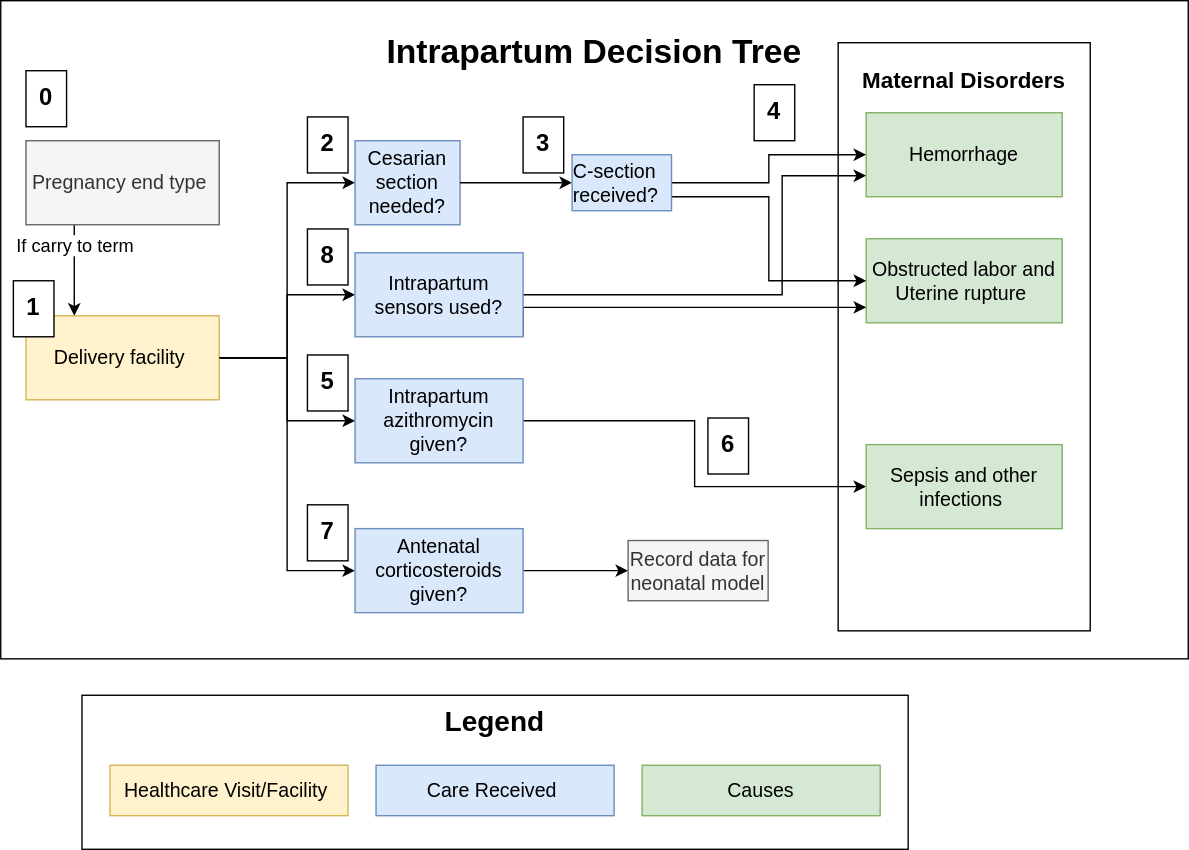
Above: docs/source/models/concept_models/vivarium_mncnh_portfolio/intrapartum_decision_tree_vr.svg in ihmeuw/vivarium_research (draw.io), before the change. Source tidied: cells renumbered, new cells last; positions are measured from the earlier drawing's top-left corner, leaving out a move shared by most shapes.
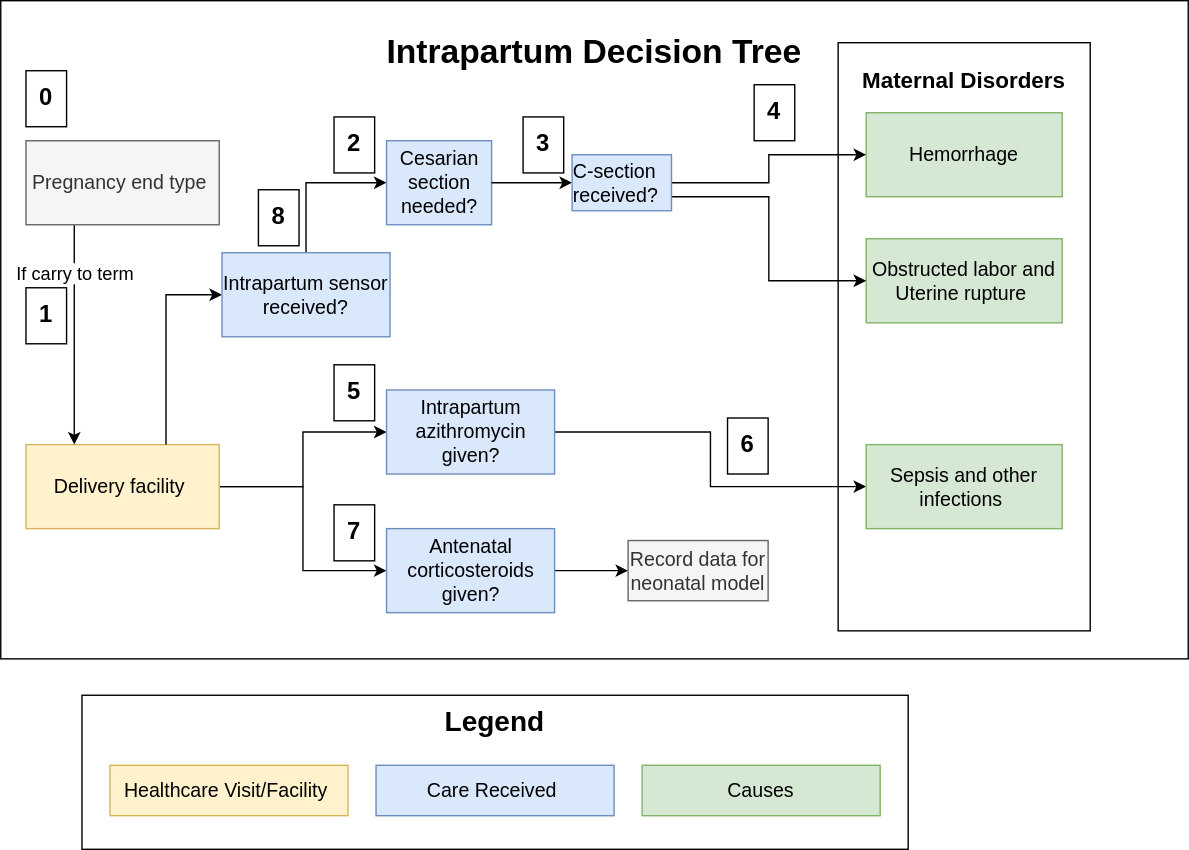
After the change.

Commit message:
Update where intrapartum sensors point sits in concept model diagram

What changed in the source:
```diff
@@ -9,10 +9,14 @@
       <mxGeometry x="598" y="30" width="180" height="420" as="geometry" />
     </mxCell>
     <mxCell id="4" value="&lt;font style=&quot;font-size: 14px;&quot;&gt;Cesarian section needed?&lt;/font&gt;" style="whiteSpace=wrap;html=1;hachureGap=4;fontFamily=Helvetica;fillColor=#dae8fc;strokeColor=#6c8ebf;" parent="1" vertex="1">
-      <mxGeometry x="253" y="100" width="75" height="60" as="geometry" />
+      <mxGeometry x="275.5" y="100" width="75" height="60" as="geometry" />
     </mxCell>
-    <mxCell id="5" style="edgeStyle=orthogonalEdgeStyle;rounded=0;jettySize=auto;html=1;exitX=1;exitY=0.5;exitDx=0;exitDy=0;entryX=0;entryY=0.5;entryDx=0;entryDy=0;" parent="1" edge="1" source="8" target="4">
-      <mxGeometry relative="1" as="geometry" />
+    <mxCell id="5" style="edgeStyle=orthogonalEdgeStyle;rounded=0;jettySize=auto;html=1;exitX=0.5;exitY=0;exitDx=0;exitDy=0;entryX=0;entryY=0.5;entryDx=0;entryDy=0;" parent="1" edge="1" source="43" target="4">
+      <mxGeometry relative="1" as="geometry">
+        <Array as="points">
+          <mxPoint x="218" y="130" />
+        </Array>
+      </mxGeometry>
     </mxCell>
     <mxCell id="6" style="edgeStyle=orthogonalEdgeStyle;rounded=0;jettySize=auto;html=1;exitX=1;exitY=0.5;exitDx=0;exitDy=0;entryX=0;entryY=0.5;entryDx=0;entryDy=0;" parent="1" edge="1" source="8" target="10">
       <mxGeometry relative="1" as="geometry" />
@@ -21,13 +25,13 @@
       <mxGeometry relative="1" as="geometry" />
     </mxCell>
     <mxCell id="8" value="&lt;font style=&quot;font-size: 14px;&quot;&gt;Delivery facility&amp;nbsp;&lt;/font&gt;" style="whiteSpace=wrap;html=1;hachureGap=4;fontFamily=Helvetica;fillColor=#fff2cc;strokeColor=#d6b656;" parent="1" vertex="1">
-      <mxGeometry x="18" y="225" width="138" height="60" as="geometry" />
+      <mxGeometry x="18" y="317" width="138" height="60" as="geometry" />
     </mxCell>
     <mxCell id="9" style="edgeStyle=orthogonalEdgeStyle;rounded=0;jettySize=auto;html=1;exitX=1;exitY=0.5;exitDx=0;exitDy=0;entryX=0;entryY=0.5;entryDx=0;entryDy=0;" parent="1" edge="1" source="10" target="20">
       <mxGeometry relative="1" as="geometry" />
     </mxCell>
     <mxCell id="10" value="&lt;span style=&quot;font-size: 14px;&quot;&gt;Intrapartum azithromycin given?&lt;/span&gt;" style="whiteSpace=wrap;html=1;hachureGap=4;fontFamily=Helvetica;fillColor=#dae8fc;strokeColor=#6c8ebf;" parent="1" vertex="1">
-      <mxGeometry x="253" y="270" width="120" height="60" as="geometry" />
+      <mxGeometry x="275.5" y="278" width="120" height="60" as="geometry" />
     </mxCell>
     <mxCell id="11" style="group;" parent="1" vertex="1">
       <mxGeometry x="58" y="496" width="778" height="110" as="geometry" />
@@ -48,7 +52,7 @@
       <mxGeometry relative="1" as="geometry" />
     </mxCell>
     <mxCell id="17" value="&lt;span style=&quot;font-size: 14px;&quot;&gt;Antenatal corticosteroids given?&lt;/span&gt;" style="whiteSpace=wrap;html=1;hachureGap=4;fontFamily=Helvetica;fillColor=#dae8fc;strokeColor=#6c8ebf;" parent="1" vertex="1">
-      <mxGeometry x="253" y="377" width="120" height="60" as="geometry" />
+      <mxGeometry x="275.5" y="377" width="120" height="60" as="geometry" />
     </mxCell>
     <mxCell id="18" value="&lt;font style=&quot;font-size: 14px;&quot;&gt;Hemorrhage&lt;/font&gt;" style="whiteSpace=wrap;html=1;hachureGap=4;fontFamily=Helvetica;fillColor=#d5e8d4;strokeColor=#82b366;" parent="1" vertex="1">
       <mxGeometry x="618" y="80" width="140" height="60" as="geometry" />
@@ -72,10 +76,10 @@
       <mxGeometry x="408" y="110" width="71" height="40" as="geometry" />
     </mxCell>
     <mxCell id="25" value="&lt;b&gt;&lt;font style=&quot;font-size: 17px;&quot;&gt;1&lt;/font&gt;&lt;/b&gt;" style="whiteSpace=wrap;html=1;hachureGap=4;fontFamily=Helvetica;" parent="1" vertex="1">
-      <mxGeometry x="9" y="200" width="29" height="40" as="geometry" />
+      <mxGeometry x="18" y="205" width="29" height="40" as="geometry" />
     </mxCell>
     <mxCell id="26" value="&lt;b&gt;&lt;font style=&quot;font-size: 17px;&quot;&gt;2&lt;/font&gt;&lt;/b&gt;" style="whiteSpace=wrap;html=1;hachureGap=4;fontFamily=Helvetica;" parent="1" vertex="1">
-      <mxGeometry x="219" y="83" width="29" height="40" as="geometry" />
+      <mxGeometry x="238" y="83" width="29" height="40" as="geometry" />
     </mxCell>
     <mxCell id="27" value="&lt;b&gt;&lt;font style=&quot;font-size: 17px;&quot;&gt;3&lt;/font&gt;&lt;/b&gt;" style="whiteSpace=wrap;html=1;hachureGap=4;fontFamily=Helvetica;" parent="1" vertex="1">
       <mxGeometry x="373" y="83" width="29" height="40" as="geometry" />
@@ -84,13 +88,13 @@
       <mxGeometry x="538" y="60" width="29" height="40" as="geometry" />
     </mxCell>
     <mxCell id="29" value="&lt;b&gt;&lt;font style=&quot;font-size: 17px;&quot;&gt;5&lt;/font&gt;&lt;/b&gt;" style="whiteSpace=wrap;html=1;hachureGap=4;fontFamily=Helvetica;" parent="1" vertex="1">
-      <mxGeometry x="219" y="253" width="29" height="40" as="geometry" />
+      <mxGeometry x="238" y="260" width="29" height="40" as="geometry" />
     </mxCell>
     <mxCell id="30" value="&lt;b&gt;&lt;font style=&quot;font-size: 17px;&quot;&gt;6&lt;/font&gt;&lt;/b&gt;" style="whiteSpace=wrap;html=1;hachureGap=4;fontFamily=Helvetica;" parent="1" vertex="1">
-      <mxGeometry x="505" y="298" width="29" height="40" as="geometry" />
+      <mxGeometry x="519" y="298" width="29" height="40" as="geometry" />
     </mxCell>
     <mxCell id="31" value="&lt;b&gt;&lt;font style=&quot;font-size: 17px;&quot;&gt;7&lt;/font&gt;&lt;/b&gt;" style="whiteSpace=wrap;html=1;hachureGap=4;fontFamily=Helvetica;" parent="1" vertex="1">
-      <mxGeometry x="219" y="360" width="29" height="40" as="geometry" />
+      <mxGeometry x="238" y="360" width="29" height="40" as="geometry" />
     </mxCell>
     <mxCell id="32" style="edgeStyle=orthogonalEdgeStyle;rounded=0;jettySize=auto;html=1;exitX=0.25;exitY=1;exitDx=0;exitDy=0;entryX=0.25;entryY=0;entryDx=0;entryDy=0;" parent="1" edge="1" source="34" target="8">
       <mxGeometry relative="1" as="geometry" />
@@ -107,31 +111,20 @@
     <mxCell id="36" value="&lt;font style=&quot;font-size: 14px;&quot;&gt;Record data for neonatal model&lt;/font&gt;" style="whiteSpace=wrap;html=1;hachureGap=4;fontFamily=Helvetica;fillColor=#f5f5f5;strokeColor=#666666;fontColor=#333333;" parent="1" vertex="1">
       <mxGeometry x="448" y="385.5" width="100" height="43" as="geometry" />
     </mxCell>
-    <mxCell id="37" style="edgeStyle=orthogonalEdgeStyle;rounded=0;jettySize=auto;html=1;exitX=1;exitY=0.5;exitDx=0;exitDy=0;" parent="1" edge="1" source="8" target="40">
-      <mxGeometry relative="1" as="geometry" />
-    </mxCell>
-    <mxCell id="38" style="edgeStyle=orthogonalEdgeStyle;rounded=0;jettySize=auto;html=1;entryX=0;entryY=0.75;entryDx=0;entryDy=0;" parent="1" edge="1" source="40" target="18">
-      <mxGeometry relative="1" as="geometry">
-        <Array as="points">
-          <mxPoint x="558" y="210" />
-          <mxPoint x="558" y="125" />
-        </Array>
-      </mxGeometry>
-    </mxCell>
-    <mxCell id="39" style="edgeStyle=orthogonalEdgeStyle;rounded=0;orthogonalLoop=1;jettySize=auto;html=1;" parent="1" edge="1">
-      <mxGeometry relative="1" as="geometry">
-        <mxPoint x="373" y="239" as="sourcePoint" />
-        <mxPoint x="618" y="219" as="targetPoint" />
-        <Array as="points">
-          <mxPoint x="373" y="219" />
-        </Array>
-      </mxGeometry>
-    </mxCell>
-    <mxCell id="40" value="&lt;span style=&quot;font-size: 14px;&quot;&gt;Intrapartum sensors used?&lt;/span&gt;" style="whiteSpace=wrap;html=1;hachureGap=4;fontFamily=Helvetica;fillColor=#dae8fc;strokeColor=#6c8ebf;" parent="1" vertex="1">
-      <mxGeometry x="253" y="180" width="120" height="60" as="geometry" />
-    </mxCell>
+    <mxCell id="42" style="edgeStyle=orthogonalEdgeStyle;rounded=0;jettySize=auto;html=1;entryX=0;entryY=0.5;entryDx=0;entryDy=0;" parent="1" edge="1" target="43">
+      <mxGeometry relative="1" as="geometry">
+        <mxPoint x="118" y="317" as="sourcePoint" />
+        <Array as="points">
+          <mxPoint x="118" y="317" />
+          <mxPoint x="118" y="210" />
+        </Array>
+      </mxGeometry>
+    </mxCell>
+    <mxCell id="43" value="&lt;span style=&quot;font-size: 14px;&quot;&gt;Intrapartum sensor received?&lt;/span&gt;" style="whiteSpace=wrap;html=1;hachureGap=4;fontFamily=Helvetica;fillColor=#dae8fc;strokeColor=#6c8ebf;" parent="1" vertex="1">
+      <mxGeometry x="158" y="180" width="120" height="60" as="geometry" />
+    </mxCell>
     <mxCell id="41" value="&lt;b&gt;&lt;font style=&quot;font-size: 17px;&quot;&gt;8&lt;/font&gt;&lt;/b&gt;" style="whiteSpace=wrap;html=1;hachureGap=4;fontFamily=Helvetica;" parent="1" vertex="1">
-      <mxGeometry x="219" y="163" width="29" height="40" as="geometry" />
+      <mxGeometry x="184" y="135" width="29" height="40" as="geometry" />
     </mxCell>
   </root>
 </mxGraphModel>
```
